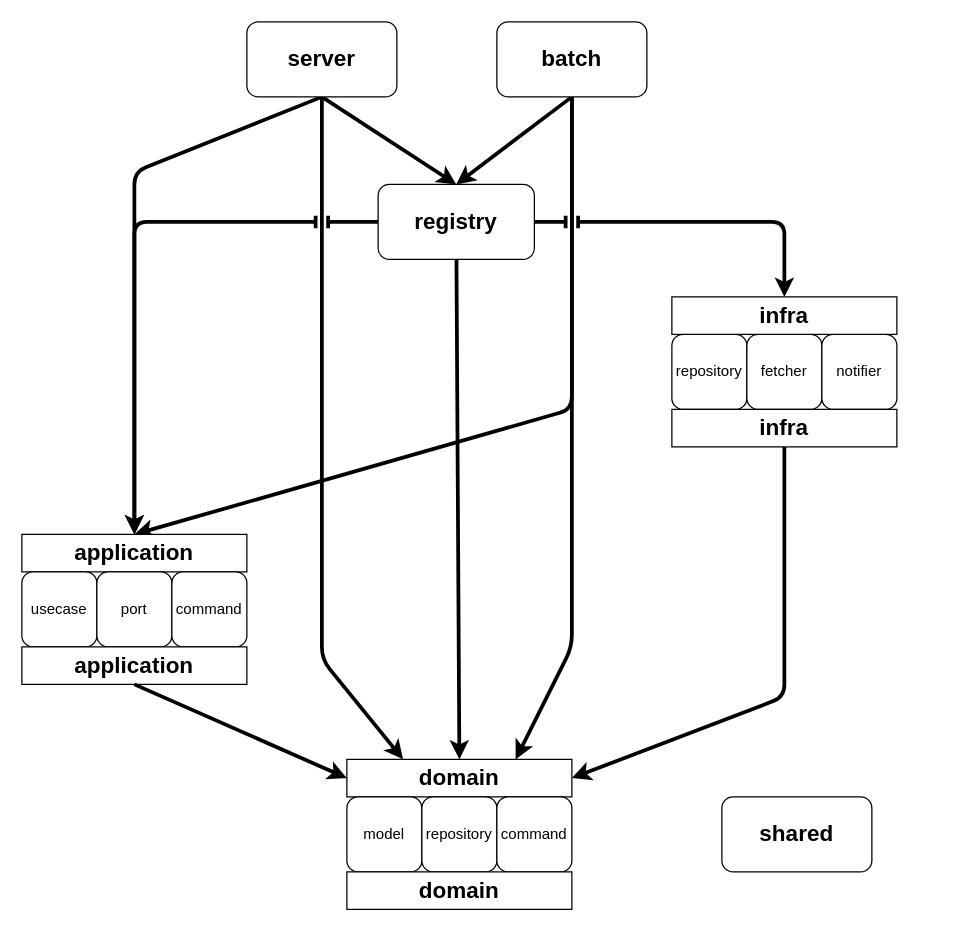
The draw.io diagram _docs/arch.drawio in ose20/manga-update-notifier, before the edit. Source tidied: cells renumbered, new cells numbered last; positions are measured from the earlier drawing's top-left corner, leaving out a move shared by most shapes. Both pictures are drawn from the tidied source at 125%, with x=0, y=0 at pixel (21, 21).
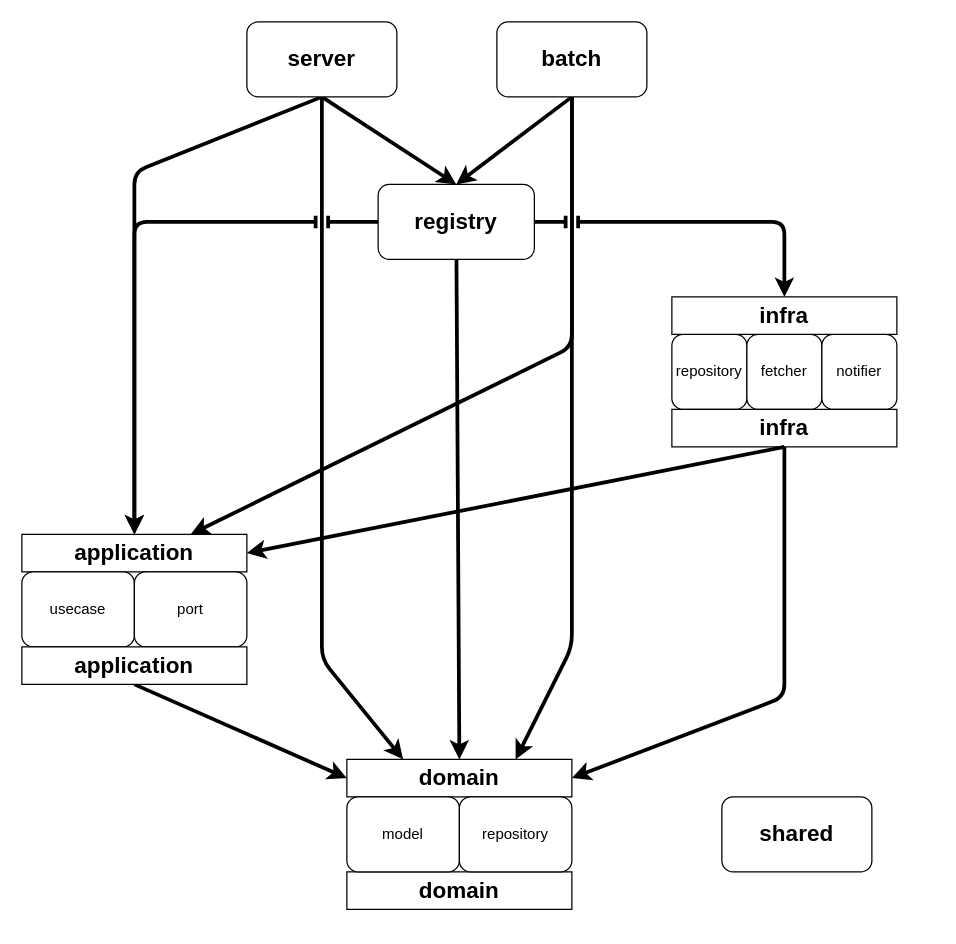
The same page after the edit.

The change refers to these unchanged cells:
```xml
<mxCell id="9" value="&lt;h2&gt;batch&lt;/h2&gt;" style="rounded=1;whiteSpace=wrap;html=1;" parent="1" vertex="1">
  <mxGeometry x="380" width="120" height="60" as="geometry" />
</mxCell>
<mxCell id="21" value="&lt;h2&gt;infra&lt;/h2&gt;" style="rounded=0;whiteSpace=wrap;html=1;" parent="15" vertex="1">
  <mxGeometry x="90" y="130" width="180" height="30" as="geometry" />
</mxCell>
```

Diff of the diagram source:
```diff
@@
-    <mxCell id="8" style="edgeStyle=none;html=1;exitX=0.5;exitY=1;exitDx=0;exitDy=0;entryX=0.5;entryY=0;entryDx=0;entryDy=0;strokeWidth=3;" parent="1" edge="1" source="9" target="23">
+    <mxCell id="8" style="edgeStyle=none;html=1;exitX=0.5;exitY=1;exitDx=0;exitDy=0;entryX=0.75;entryY=0;entryDx=0;entryDy=0;strokeWidth=3;" parent="1" edge="1" source="9" target="23">
       <mxGeometry relative="1" as="geometry">
         <Array as="points">
-          <mxPoint x="440" y="310" />
+          <mxPoint x="440" y="260" />
         </Array>
       </mxGeometry>
     </mxCell>
@@
-    <mxCell id="22" style="group;" parent="1" vertex="1">
-      <mxGeometry y="410" width="180" height="120" as="geometry" />
-    </mxCell>
+    <mxCell id="34" style="edgeStyle=none;html=1;entryX=0;entryY=0.5;entryDx=0;entryDy=0;strokeWidth=3;exitX=0.5;exitY=1;exitDx=0;exitDy=0;" parent="1" edge="1" source="27" target="29">
+      <mxGeometry relative="1" as="geometry" />
+    </mxCell>
+    <mxCell id="35" style="edgeStyle=none;html=1;entryX=1;entryY=0.5;entryDx=0;entryDy=0;strokeWidth=3;" parent="1" edge="1" source="21" target="29">
+      <mxGeometry relative="1" as="geometry">
+        <Array as="points">
+          <mxPoint x="610" y="540" />
+        </Array>
+      </mxGeometry>
+    </mxCell>
+    <mxCell id="36" style="edgeStyle=none;html=1;entryX=1;entryY=0.5;entryDx=0;entryDy=0;strokeWidth=3;exitX=0.5;exitY=1;exitDx=0;exitDy=0;" parent="1" edge="1" source="21" target="23">
+      <mxGeometry relative="1" as="geometry" />
+    </mxCell>
-    <mxCell id="23" value="&lt;h2&gt;&lt;span style=&quot;background-color: transparent;&quot;&gt;&lt;b&gt;application&lt;/b&gt;&lt;/span&gt;&lt;/h2&gt;" style="rounded=0;whiteSpace=wrap;html=1;align=center;labelPosition=center;verticalLabelPosition=middle;verticalAlign=middle;fontSize=12;" parent="22" vertex="1">
-      <mxGeometry width="180" height="30" as="geometry" />
+    <mxCell id="23" value="&lt;h2&gt;&lt;span style=&quot;background-color: transparent;&quot;&gt;&lt;b&gt;application&lt;/b&gt;&lt;/span&gt;&lt;/h2&gt;" style="rounded=0;whiteSpace=wrap;html=1;align=center;labelPosition=center;verticalLabelPosition=middle;verticalAlign=middle;fontSize=12;" parent="1" vertex="1">
+      <mxGeometry y="410" width="180" height="30" as="geometry" />
     </mxCell>
-    <mxCell id="24" value="usecase" style="rounded=1;whiteSpace=wrap;html=1;" parent="22" vertex="1">
-      <mxGeometry y="30" width="60" height="60" as="geometry" />
+    <mxCell id="24" value="usecase" style="rounded=1;whiteSpace=wrap;html=1;" parent="1" vertex="1">
+      <mxGeometry y="440" width="90" height="60" as="geometry" />
     </mxCell>
-    <mxCell id="25" value="port" style="rounded=1;whiteSpace=wrap;html=1;" parent="22" vertex="1">
-      <mxGeometry x="60" y="30" width="60" height="60" as="geometry" />
+    <mxCell id="25" value="port" style="rounded=1;whiteSpace=wrap;html=1;" parent="1" vertex="1">
+      <mxGeometry x="90" y="440" width="90" height="60" as="geometry" />
     </mxCell>
-    <mxCell id="26" value="command" style="rounded=1;whiteSpace=wrap;html=1;" parent="22" vertex="1">
-      <mxGeometry x="120" y="30" width="60" height="60" as="geometry" />
-    </mxCell>
-    <mxCell id="27" value="&lt;h2&gt;&lt;span style=&quot;background-color: transparent;&quot;&gt;&lt;b&gt;application&lt;/b&gt;&lt;/span&gt;&lt;/h2&gt;" style="rounded=0;whiteSpace=wrap;html=1;align=center;labelPosition=center;verticalLabelPosition=middle;verticalAlign=middle;fontSize=12;" parent="22" vertex="1">
-      <mxGeometry y="90" width="180" height="30" as="geometry" />
+    <mxCell id="27" value="&lt;h2&gt;&lt;span style=&quot;background-color: transparent;&quot;&gt;&lt;b&gt;application&lt;/b&gt;&lt;/span&gt;&lt;/h2&gt;" style="rounded=0;whiteSpace=wrap;html=1;align=center;labelPosition=center;verticalLabelPosition=middle;verticalAlign=middle;fontSize=12;" parent="1" vertex="1">
+      <mxGeometry y="500" width="180" height="30" as="geometry" />
     </mxCell>
-    <mxCell id="28" style="group;" parent="1" vertex="1">
-      <mxGeometry x="260" y="590" width="180" height="120" as="geometry" />
-    </mxCell>
+    <mxCell id="33" value="&lt;h2&gt;&lt;b&gt;domain&lt;/b&gt;&lt;/h2&gt;" style="rounded=0;whiteSpace=wrap;html=1;" parent="1" vertex="1">
+      <mxGeometry x="260" y="680" width="180" height="30" as="geometry" />
+    </mxCell>
-    <mxCell id="29" value="&lt;h2&gt;&lt;b&gt;domain&lt;/b&gt;&lt;/h2&gt;" style="rounded=0;whiteSpace=wrap;html=1;" parent="28" vertex="1">
-      <mxGeometry width="180" height="30" as="geometry" />
+    <mxCell id="29" value="&lt;h2&gt;&lt;b&gt;domain&lt;/b&gt;&lt;/h2&gt;" style="rounded=0;whiteSpace=wrap;html=1;" parent="1" vertex="1">
+      <mxGeometry x="260" y="590" width="180" height="30" as="geometry" />
     </mxCell>
-    <mxCell id="30" value="model" style="rounded=1;whiteSpace=wrap;html=1;" parent="28" vertex="1">
-      <mxGeometry y="30" width="60" height="60" as="geometry" />
+    <mxCell id="30" value="model" style="rounded=1;whiteSpace=wrap;html=1;" parent="1" vertex="1">
+      <mxGeometry x="260" y="620" width="90" height="60" as="geometry" />
     </mxCell>
-    <mxCell id="31" value="repository" style="rounded=1;whiteSpace=wrap;html=1;" parent="28" vertex="1">
-      <mxGeometry x="60" y="30" width="60" height="60" as="geometry" />
+    <mxCell id="31" value="repository" style="rounded=1;whiteSpace=wrap;html=1;" parent="1" vertex="1">
+      <mxGeometry x="350" y="620" width="90" height="60" as="geometry" />
     </mxCell>
-    <mxCell id="32" value="command" style="rounded=1;whiteSpace=wrap;html=1;" parent="28" vertex="1">
-      <mxGeometry x="120" y="30" width="60" height="60" as="geometry" />
-    </mxCell>
-    <mxCell id="33" value="&lt;h2&gt;&lt;b&gt;domain&lt;/b&gt;&lt;/h2&gt;" style="rounded=0;whiteSpace=wrap;html=1;" parent="28" vertex="1">
-      <mxGeometry y="90" width="180" height="30" as="geometry" />
-    </mxCell>
-    <mxCell id="34" style="edgeStyle=none;html=1;entryX=0;entryY=0.5;entryDx=0;entryDy=0;strokeWidth=3;exitX=0.5;exitY=1;exitDx=0;exitDy=0;" parent="1" edge="1" source="27" target="29">
-      <mxGeometry relative="1" as="geometry" />
-    </mxCell>
-    <mxCell id="35" style="edgeStyle=none;html=1;entryX=1;entryY=0.5;entryDx=0;entryDy=0;strokeWidth=3;" parent="1" edge="1" source="21" target="29">
-      <mxGeometry relative="1" as="geometry">
-        <Array as="points">
-          <mxPoint x="610" y="540" />
-        </Array>
-      </mxGeometry>
-    </mxCell>
```
